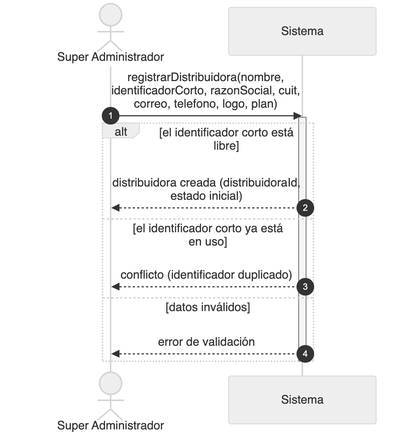
Earlier version of the Mermaid export diagramas/png/DSS_CU-052_Registrar-Distribuidora.png (Nahuelito-Dev/splg-docs). Its source is kept beside it as diagramas/DSS_CU-052_Registrar-Distribuidora.mmd. Source of this version:
```mermaid
sequenceDiagram
    title DSS — CU-052 Registrar Distribuidora
    autonumber
    actor SUP as Super Administrador
    participant SIS as Sistema

    SUP->>SIS: registrarDistribuidora(nombre, identificadorCorto, razonSocial, cuit, correo, telefono, logo, plan)
    activate SIS
    alt el identificador corto está libre
        SIS-->>SUP: distribuidora creada (distribuidoraId, estado inicial)
    else el identificador corto ya está en uso
        SIS-->>SUP: conflicto (identificador duplicado)
    else datos inválidos
        SIS-->>SUP: error de validación
    end
    deactivate SIS
```
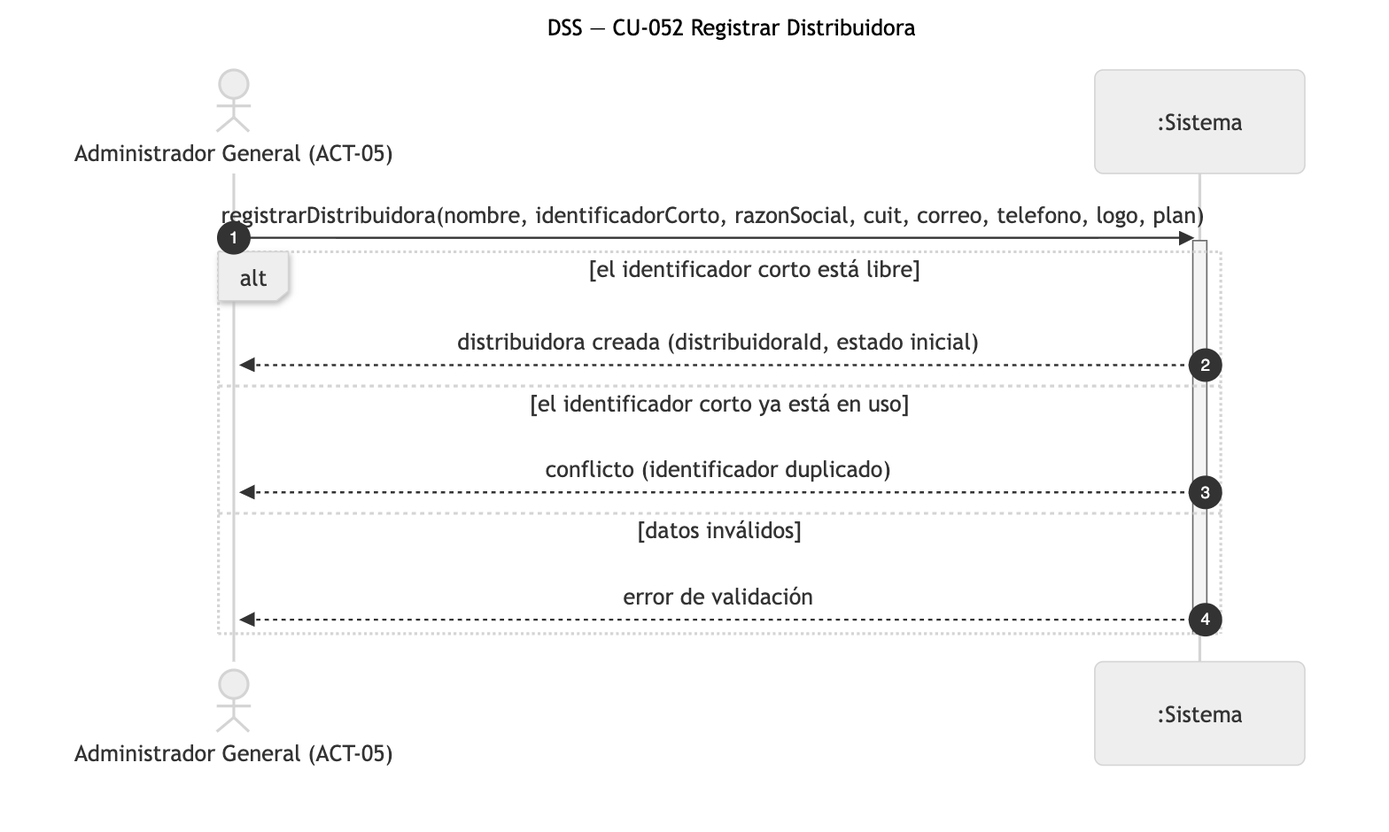
Above is the later version.

What changed in the source:
```diff
@@ -1,8 +1,8 @@
 sequenceDiagram
     title DSS — CU-052 Registrar Distribuidora
     autonumber
-    actor SUP as Super Administrador
-    participant SIS as Sistema
+    actor SUP as Administrador General (ACT-05)
+    participant SIS as :Sistema
 
     SUP->>SIS: registrarDistribuidora(nombre, identificadorCorto, razonSocial, cuit, correo, telefono, logo, plan)
     activate SIS
```
